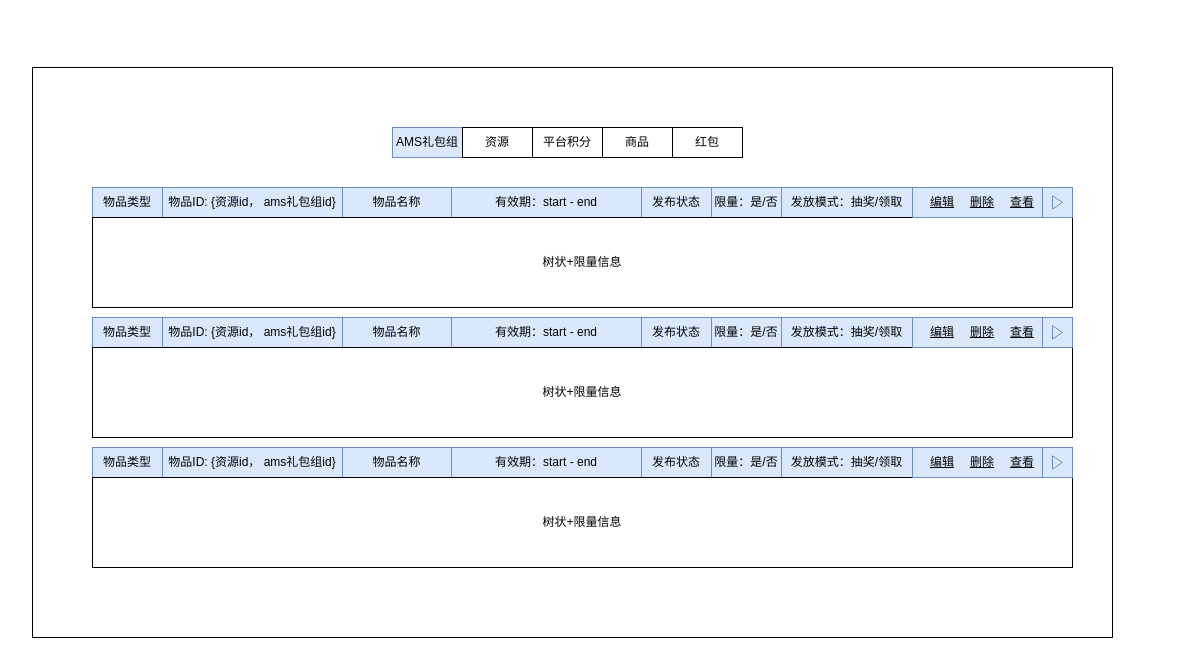
Above: ceiba_flow3.drawio in axtrur/resource (draw.io), before the change. Source tidied: cells renumbered, new cells numbered last; positions are measured from the earlier drawing's top-left corner, leaving out a move shared by most shapes. Both pictures are drawn from the tidied source at 100%, with x=0, y=0 at pixel (32, 67).
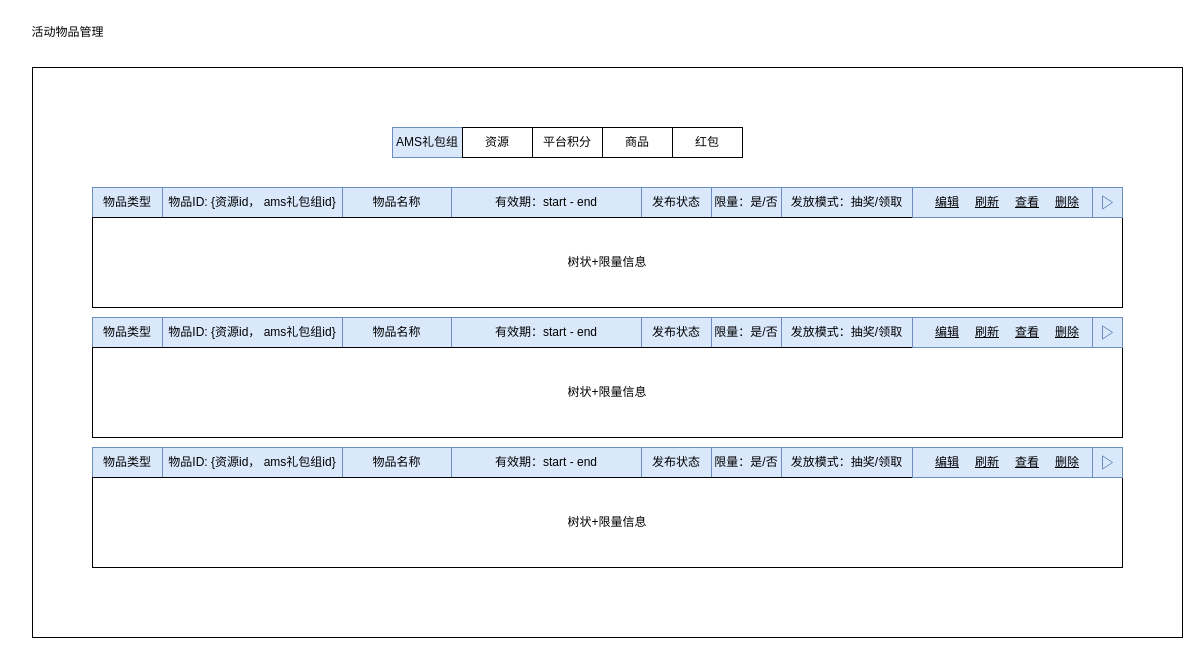
The same page after the edit.

Diff of the diagram source:
```diff
@@
     <mxCell id="2" style="rounded=0;whiteSpace=wrap;html=1;" parent="1" vertex="1">
-      <mxGeometry width="1080" height="570" as="geometry" />
+      <mxGeometry width="1150" height="570" as="geometry" />
     </mxCell>
@@
     <mxCell id="15" value="树状+限量信息" style="rounded=0;whiteSpace=wrap;html=1;" parent="1" vertex="1">
-      <mxGeometry x="60" y="150" width="980" height="90" as="geometry" />
+      <mxGeometry x="60" y="150" width="1030" height="90" as="geometry" />
     </mxCell>
     <mxCell id="16" style="rounded=0;whiteSpace=wrap;html=1;fillColor=#dae8fc;strokeColor=#6c8ebf;" parent="1" vertex="1">
-      <mxGeometry x="880" y="120" width="130" height="30" as="geometry" />
+      <mxGeometry x="880" y="120" width="180" height="30" as="geometry" />
     </mxCell>
     <mxCell id="17" value="&lt;u&gt;编辑&lt;/u&gt;" style="text;html=1;align=center;verticalAlign=middle;whiteSpace=wrap;rounded=0;" parent="1" vertex="1">
-      <mxGeometry x="890" y="120" width="40" height="30" as="geometry" />
+      <mxGeometry x="895" y="120" width="40" height="30" as="geometry" />
     </mxCell>
-    <mxCell id="18" value="&lt;u&gt;删除&lt;/u&gt;" style="text;html=1;align=center;verticalAlign=middle;whiteSpace=wrap;rounded=0;" parent="1" vertex="1">
-      <mxGeometry x="930" y="120" width="40" height="30" as="geometry" />
+    <mxCell id="18" value="&lt;u&gt;刷新&lt;/u&gt;" style="text;html=1;align=center;verticalAlign=middle;whiteSpace=wrap;rounded=0;" parent="1" vertex="1">
+      <mxGeometry x="935" y="120" width="40" height="30" as="geometry" />
     </mxCell>
     <mxCell id="19" value="&lt;u&gt;查看&lt;/u&gt;" style="text;html=1;align=center;verticalAlign=middle;whiteSpace=wrap;rounded=0;" parent="1" vertex="1">
-      <mxGeometry x="970" y="120" width="40" height="30" as="geometry" />
+      <mxGeometry x="975" y="120" width="40" height="30" as="geometry" />
     </mxCell>
     <mxCell id="20" style="triangle;whiteSpace=wrap;html=1;" parent="1" vertex="1">
-      <mxGeometry x="1020" y="120" width="20" height="26.7" as="geometry" />
+      <mxGeometry x="1070" y="120" width="20" height="26.7" as="geometry" />
     </mxCell>
     <mxCell id="21" style="rounded=0;whiteSpace=wrap;html=1;fillColor=#dae8fc;strokeColor=#6c8ebf;" parent="1" vertex="1">
-      <mxGeometry x="1010" y="120" width="30" height="30" as="geometry" />
+      <mxGeometry x="1060" y="120" width="30" height="30" as="geometry" />
     </mxCell>
     <mxCell id="22" style="triangle;whiteSpace=wrap;html=1;fillColor=#dae8fc;strokeColor=#6c8ebf;" parent="1" vertex="1">
-      <mxGeometry x="1020" y="128.3" width="10" height="13.3" as="geometry" />
+      <mxGeometry x="1070" y="128.3" width="10" height="13.3" as="geometry" />
     </mxCell>
+    <mxCell id="53" value="活动物品管理" style="text;html=1;align=center;verticalAlign=middle;strokeColor=none;fillColor=none;" parent="1" vertex="1">
+      <mxGeometry x="-15" y="-50" width="100" height="30" as="geometry" />
+    </mxCell>
+    <mxCell id="54" value="&lt;u&gt;删除&lt;/u&gt;" style="text;html=1;align=center;verticalAlign=middle;whiteSpace=wrap;rounded=0;" parent="1" vertex="1">
+      <mxGeometry x="1015" y="120" width="40" height="30" as="geometry" />
+    </mxCell>
@@
-    <mxCell id="30" value="树状+限量信息" style="rounded=0;whiteSpace=wrap;html=1;" parent="1" vertex="1">
-      <mxGeometry x="60" y="280" width="980" height="90" as="geometry" />
-    </mxCell>
-    <mxCell id="31" style="rounded=0;whiteSpace=wrap;html=1;fillColor=#dae8fc;strokeColor=#6c8ebf;" parent="1" vertex="1">
-      <mxGeometry x="880" y="250" width="130" height="30" as="geometry" />
-    </mxCell>
-    <mxCell id="32" value="&lt;u&gt;编辑&lt;/u&gt;" style="text;html=1;align=center;verticalAlign=middle;whiteSpace=wrap;rounded=0;" parent="1" vertex="1">
-      <mxGeometry x="890" y="250" width="40" height="30" as="geometry" />
-    </mxCell>
-    <mxCell id="33" value="&lt;u&gt;删除&lt;/u&gt;" style="text;html=1;align=center;verticalAlign=middle;whiteSpace=wrap;rounded=0;" parent="1" vertex="1">
-      <mxGeometry x="930" y="250" width="40" height="30" as="geometry" />
-    </mxCell>
-    <mxCell id="34" value="&lt;u&gt;查看&lt;/u&gt;" style="text;html=1;align=center;verticalAlign=middle;whiteSpace=wrap;rounded=0;" parent="1" vertex="1">
-      <mxGeometry x="970" y="250" width="40" height="30" as="geometry" />
-    </mxCell>
-    <mxCell id="35" style="triangle;whiteSpace=wrap;html=1;" parent="1" vertex="1">
-      <mxGeometry x="1020" y="250" width="20" height="26.7" as="geometry" />
-    </mxCell>
-    <mxCell id="36" style="rounded=0;whiteSpace=wrap;html=1;fillColor=#dae8fc;strokeColor=#6c8ebf;" parent="1" vertex="1">
-      <mxGeometry x="1010" y="250" width="30" height="30" as="geometry" />
-    </mxCell>
-    <mxCell id="37" style="triangle;whiteSpace=wrap;html=1;fillColor=#dae8fc;strokeColor=#6c8ebf;" parent="1" vertex="1">
-      <mxGeometry x="1020" y="258.3" width="10" height="13.3" as="geometry" />
-    </mxCell>
+    <mxCell id="55" value="树状+限量信息" style="rounded=0;whiteSpace=wrap;html=1;" parent="1" vertex="1">
+      <mxGeometry x="60" y="280" width="1030" height="90" as="geometry" />
+    </mxCell>
+    <mxCell id="56" style="rounded=0;whiteSpace=wrap;html=1;fillColor=#dae8fc;strokeColor=#6c8ebf;" parent="1" vertex="1">
+      <mxGeometry x="880" y="250" width="180" height="30" as="geometry" />
+    </mxCell>
+    <mxCell id="57" value="&lt;u&gt;编辑&lt;/u&gt;" style="text;html=1;align=center;verticalAlign=middle;whiteSpace=wrap;rounded=0;" parent="1" vertex="1">
+      <mxGeometry x="895" y="250" width="40" height="30" as="geometry" />
+    </mxCell>
+    <mxCell id="58" value="&lt;u&gt;刷新&lt;/u&gt;" style="text;html=1;align=center;verticalAlign=middle;whiteSpace=wrap;rounded=0;" parent="1" vertex="1">
+      <mxGeometry x="935" y="250" width="40" height="30" as="geometry" />
+    </mxCell>
+    <mxCell id="59" value="&lt;u&gt;查看&lt;/u&gt;" style="text;html=1;align=center;verticalAlign=middle;whiteSpace=wrap;rounded=0;" parent="1" vertex="1">
+      <mxGeometry x="975" y="250" width="40" height="30" as="geometry" />
+    </mxCell>
+    <mxCell id="60" style="triangle;whiteSpace=wrap;html=1;" parent="1" vertex="1">
+      <mxGeometry x="1070" y="250" width="20" height="26.7" as="geometry" />
+    </mxCell>
+    <mxCell id="61" style="rounded=0;whiteSpace=wrap;html=1;fillColor=#dae8fc;strokeColor=#6c8ebf;" parent="1" vertex="1">
+      <mxGeometry x="1060" y="250" width="30" height="30" as="geometry" />
+    </mxCell>
+    <mxCell id="62" style="triangle;whiteSpace=wrap;html=1;fillColor=#dae8fc;strokeColor=#6c8ebf;" parent="1" vertex="1">
+      <mxGeometry x="1070" y="258.3" width="10" height="13.3" as="geometry" />
+    </mxCell>
+    <mxCell id="63" value="&lt;u&gt;删除&lt;/u&gt;" style="text;html=1;align=center;verticalAlign=middle;whiteSpace=wrap;rounded=0;" parent="1" vertex="1">
+      <mxGeometry x="1015" y="250" width="40" height="30" as="geometry" />
+    </mxCell>
@@
-    <mxCell id="45" value="树状+限量信息" style="rounded=0;whiteSpace=wrap;html=1;" parent="1" vertex="1">
-      <mxGeometry x="60" y="410" width="980" height="90" as="geometry" />
-    </mxCell>
-    <mxCell id="46" style="rounded=0;whiteSpace=wrap;html=1;fillColor=#dae8fc;strokeColor=#6c8ebf;" parent="1" vertex="1">
-      <mxGeometry x="880" y="380" width="130" height="30" as="geometry" />
-    </mxCell>
-    <mxCell id="47" value="&lt;u&gt;编辑&lt;/u&gt;" style="text;html=1;align=center;verticalAlign=middle;whiteSpace=wrap;rounded=0;" parent="1" vertex="1">
-      <mxGeometry x="890" y="380" width="40" height="30" as="geometry" />
-    </mxCell>
-    <mxCell id="48" value="&lt;u&gt;删除&lt;/u&gt;" style="text;html=1;align=center;verticalAlign=middle;whiteSpace=wrap;rounded=0;" parent="1" vertex="1">
-      <mxGeometry x="930" y="380" width="40" height="30" as="geometry" />
-    </mxCell>
-    <mxCell id="49" value="&lt;u&gt;查看&lt;/u&gt;" style="text;html=1;align=center;verticalAlign=middle;whiteSpace=wrap;rounded=0;" parent="1" vertex="1">
-      <mxGeometry x="970" y="380" width="40" height="30" as="geometry" />
-    </mxCell>
-    <mxCell id="50" style="triangle;whiteSpace=wrap;html=1;" parent="1" vertex="1">
-      <mxGeometry x="1020" y="380" width="20" height="26.7" as="geometry" />
-    </mxCell>
-    <mxCell id="51" style="rounded=0;whiteSpace=wrap;html=1;fillColor=#dae8fc;strokeColor=#6c8ebf;" parent="1" vertex="1">
-      <mxGeometry x="1010" y="380" width="30" height="30" as="geometry" />
-    </mxCell>
-    <mxCell id="52" style="triangle;whiteSpace=wrap;html=1;fillColor=#dae8fc;strokeColor=#6c8ebf;" parent="1" vertex="1">
-      <mxGeometry x="1020" y="388.3" width="10" height="13.3" as="geometry" />
-    </mxCell>
+    <mxCell id="64" value="树状+限量信息" style="rounded=0;whiteSpace=wrap;html=1;" parent="1" vertex="1">
+      <mxGeometry x="60" y="410" width="1030" height="90" as="geometry" />
+    </mxCell>
+    <mxCell id="65" style="rounded=0;whiteSpace=wrap;html=1;fillColor=#dae8fc;strokeColor=#6c8ebf;" parent="1" vertex="1">
+      <mxGeometry x="880" y="380" width="180" height="30" as="geometry" />
+    </mxCell>
+    <mxCell id="66" value="&lt;u&gt;编辑&lt;/u&gt;" style="text;html=1;align=center;verticalAlign=middle;whiteSpace=wrap;rounded=0;" parent="1" vertex="1">
+      <mxGeometry x="895" y="380" width="40" height="30" as="geometry" />
+    </mxCell>
+    <mxCell id="67" value="&lt;u&gt;刷新&lt;/u&gt;" style="text;html=1;align=center;verticalAlign=middle;whiteSpace=wrap;rounded=0;" parent="1" vertex="1">
+      <mxGeometry x="935" y="380" width="40" height="30" as="geometry" />
+    </mxCell>
+    <mxCell id="68" value="&lt;u&gt;查看&lt;/u&gt;" style="text;html=1;align=center;verticalAlign=middle;whiteSpace=wrap;rounded=0;" parent="1" vertex="1">
+      <mxGeometry x="975" y="380" width="40" height="30" as="geometry" />
+    </mxCell>
+    <mxCell id="69" style="triangle;whiteSpace=wrap;html=1;" parent="1" vertex="1">
+      <mxGeometry x="1070" y="380" width="20" height="26.7" as="geometry" />
+    </mxCell>
+    <mxCell id="70" style="rounded=0;whiteSpace=wrap;html=1;fillColor=#dae8fc;strokeColor=#6c8ebf;" parent="1" vertex="1">
+      <mxGeometry x="1060" y="380" width="30" height="30" as="geometry" />
+    </mxCell>
+    <mxCell id="71" style="triangle;whiteSpace=wrap;html=1;fillColor=#dae8fc;strokeColor=#6c8ebf;" parent="1" vertex="1">
+      <mxGeometry x="1070" y="388.3" width="10" height="13.3" as="geometry" />
+    </mxCell>
+    <mxCell id="72" value="&lt;u&gt;删除&lt;/u&gt;" style="text;html=1;align=center;verticalAlign=middle;whiteSpace=wrap;rounded=0;" parent="1" vertex="1">
+      <mxGeometry x="1015" y="380" width="40" height="30" as="geometry" />
+    </mxCell>
```
